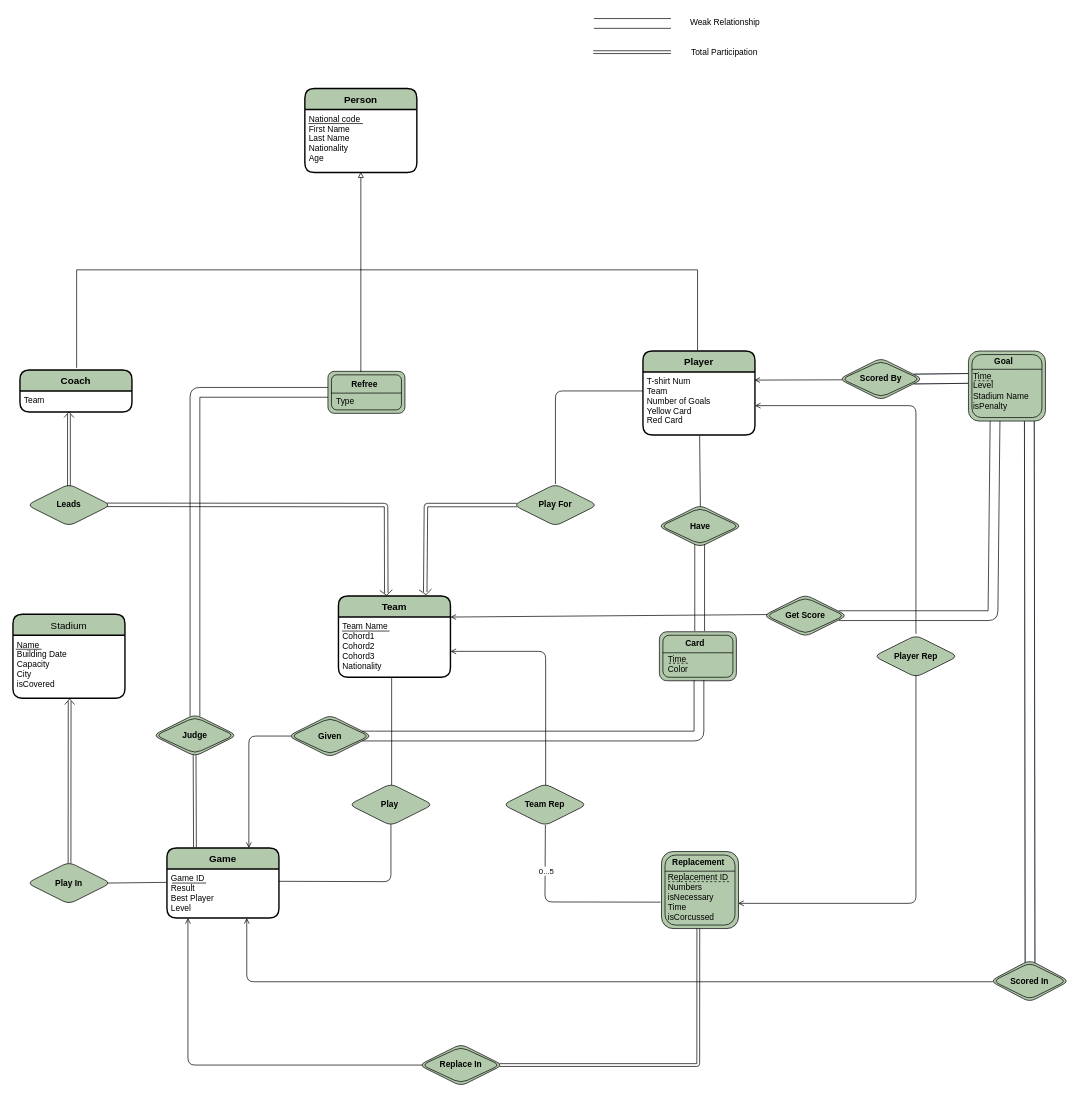
Fateme-Aghababaei/Database-Project keeps this draw.io diagram as ER diagram.drawio. Above is the earlier version. Source tidied: cells renumbered, new cells numbered last; positions are measured from the earlier drawing's top-left corner, leaving out a move shared by most shapes. Both pictures are drawn from the tidied source at 70%, with x=0, y=0 at pixel (13, 12).
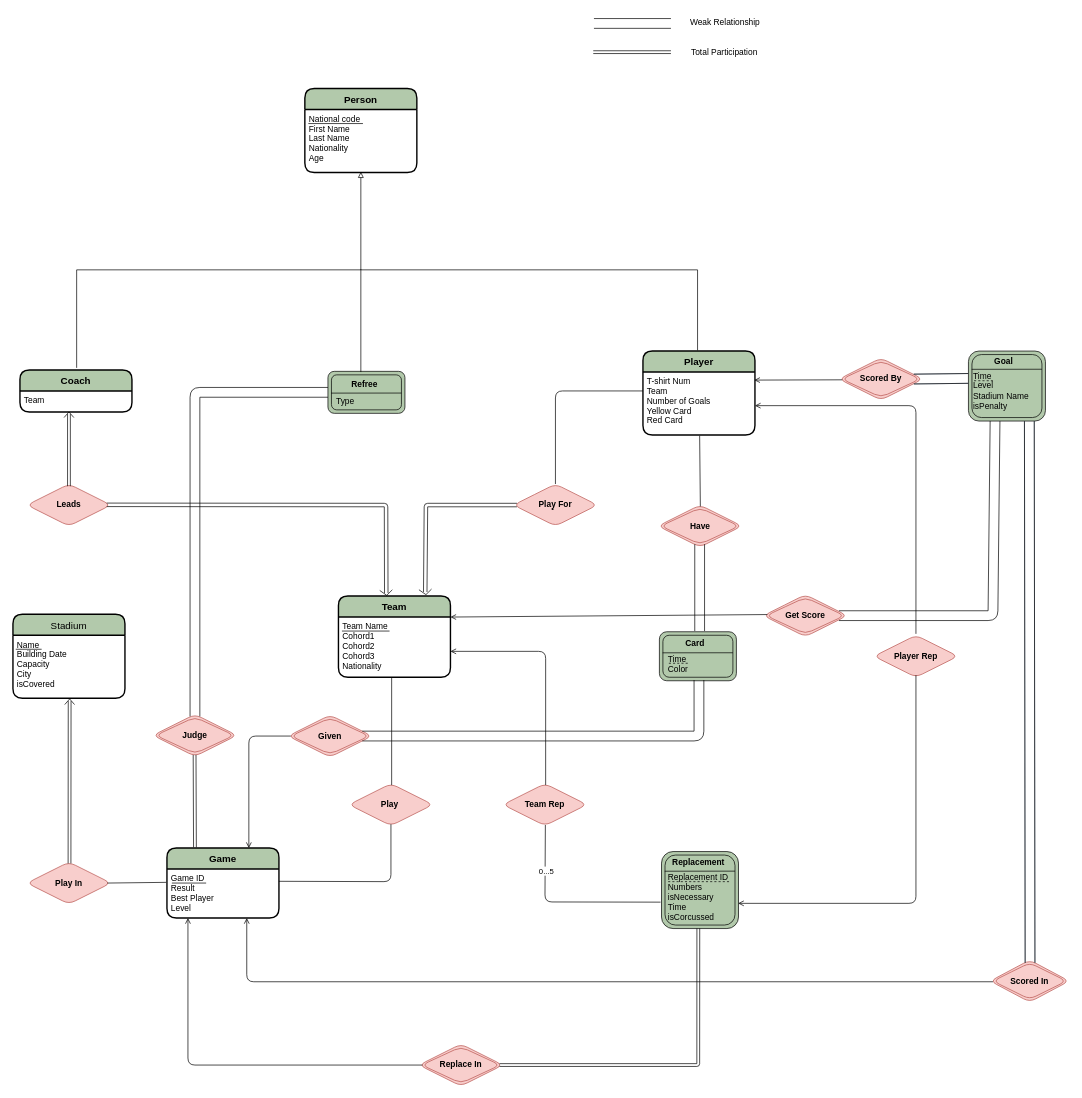
After the change.

What changed in the source:
```diff
@@
-    <mxCell id="34" value="Play For" style="shape=rhombus;perimeter=rhombusPerimeter;whiteSpace=wrap;html=1;align=center;rounded=1;strokeColor=#000000;strokeWidth=1;gradientDirection=west;fillColor=#B2C9AB;fontColor=#000000;fontStyle=1;" parent="1" vertex="1">
+    <mxCell id="34" value="Play For" style="shape=rhombus;perimeter=rhombusPerimeter;whiteSpace=wrap;html=1;align=center;rounded=1;strokeColor=#b85450;strokeWidth=1;gradientDirection=west;fillColor=#f8cecc;fontStyle=1;" parent="1" vertex="1">
       <mxGeometry x="715" y="674" width="120" height="60" as="geometry" />
     </mxCell>
-    <mxCell id="35" value="Play&amp;nbsp;" style="shape=rhombus;perimeter=rhombusPerimeter;whiteSpace=wrap;html=1;align=center;rounded=1;strokeColor=#000000;strokeWidth=1;gradientDirection=west;fillColor=#B2C9AB;fontColor=#000000;fontStyle=1;" parent="1" vertex="1">
+    <mxCell id="35" value="Play&amp;nbsp;" style="shape=rhombus;perimeter=rhombusPerimeter;whiteSpace=wrap;html=1;align=center;rounded=1;strokeColor=#b85450;strokeWidth=1;gradientDirection=west;fillColor=#f8cecc;fontStyle=1;" parent="1" vertex="1">
       <mxGeometry x="480" y="1102" width="120" height="60" as="geometry" />
     </mxCell>
-    <mxCell id="36" value="Player Rep" style="shape=rhombus;perimeter=rhombusPerimeter;whiteSpace=wrap;html=1;align=center;rounded=1;strokeColor=#000000;strokeWidth=1;gradientDirection=west;fillColor=#B2C9AB;fontColor=#000000;fontStyle=1;" parent="1" vertex="1">
+    <mxCell id="36" value="Player Rep" style="shape=rhombus;perimeter=rhombusPerimeter;whiteSpace=wrap;html=1;align=center;rounded=1;strokeColor=#b85450;strokeWidth=1;gradientDirection=west;fillColor=#f8cecc;fontStyle=1;" parent="1" vertex="1">
       <mxGeometry x="1230" y="890" width="120" height="60" as="geometry" />
     </mxCell>
-    <mxCell id="37" value="Team Rep" style="shape=rhombus;perimeter=rhombusPerimeter;whiteSpace=wrap;html=1;align=center;rounded=1;strokeColor=#000000;strokeWidth=1;gradientDirection=west;fillColor=#B2C9AB;fontColor=#000000;fontStyle=1;" parent="1" vertex="1">
+    <mxCell id="37" value="Team Rep" style="shape=rhombus;perimeter=rhombusPerimeter;whiteSpace=wrap;html=1;align=center;rounded=1;strokeColor=#b85450;strokeWidth=1;gradientDirection=west;fillColor=#f8cecc;fontStyle=1;" parent="1" vertex="1">
       <mxGeometry x="700" y="1102" width="120" height="60" as="geometry" />
     </mxCell>
-    <mxCell id="38" value="Leads" style="shape=rhombus;perimeter=rhombusPerimeter;whiteSpace=wrap;html=1;align=center;rounded=1;strokeColor=#000000;strokeWidth=1;gradientDirection=west;fillColor=#B2C9AB;fontColor=#000000;fontStyle=1;" parent="1" vertex="1">
+    <mxCell id="38" value="Leads" style="shape=rhombus;perimeter=rhombusPerimeter;whiteSpace=wrap;html=1;align=center;rounded=1;strokeColor=#b85450;strokeWidth=1;gradientDirection=west;fillColor=#f8cecc;fontStyle=1;" parent="1" vertex="1">
       <mxGeometry x="20" y="674" width="120" height="60" as="geometry" />
     </mxCell>
-    <mxCell id="39" value="Judge" style="shape=rhombus;double=1;perimeter=rhombusPerimeter;whiteSpace=wrap;html=1;align=center;rounded=1;strokeColor=#000000;strokeWidth=1;gradientDirection=west;fillColor=#B2C9AB;fontColor=#000000;fontStyle=1;" parent="1" vertex="1">
+    <mxCell id="39" value="Judge" style="shape=rhombus;double=1;perimeter=rhombusPerimeter;whiteSpace=wrap;html=1;align=center;rounded=1;strokeColor=#b85450;strokeWidth=1;gradientDirection=west;fillColor=#f8cecc;fontStyle=1;" parent="1" vertex="1">
       <mxGeometry x="200" y="1003" width="120" height="60" as="geometry" />
     </mxCell>
-    <mxCell id="40" value="Have" style="shape=rhombus;double=1;perimeter=rhombusPerimeter;whiteSpace=wrap;html=1;align=center;rounded=1;strokeColor=#000000;strokeWidth=1;gradientDirection=west;fillColor=#B2C9AB;fontColor=#000000;fontStyle=1;" parent="1" vertex="1">
+    <mxCell id="40" value="Have" style="shape=rhombus;double=1;perimeter=rhombusPerimeter;whiteSpace=wrap;html=1;align=center;rounded=1;strokeColor=#b85450;strokeWidth=1;gradientDirection=west;fillColor=#f8cecc;fontStyle=1;" parent="1" vertex="1">
       <mxGeometry x="921.5" y="704" width="120" height="60" as="geometry" />
     </mxCell>
-    <mxCell id="41" value="Given" style="shape=rhombus;double=1;perimeter=rhombusPerimeter;whiteSpace=wrap;html=1;align=center;rounded=1;strokeColor=#000000;strokeWidth=1;gradientDirection=west;fillColor=#B2C9AB;fontColor=#000000;fontStyle=1;" parent="1" vertex="1">
+    <mxCell id="41" value="Given" style="shape=rhombus;double=1;perimeter=rhombusPerimeter;whiteSpace=wrap;html=1;align=center;rounded=1;strokeColor=#b85450;strokeWidth=1;gradientDirection=west;fillColor=#f8cecc;fontStyle=1;" parent="1" vertex="1">
       <mxGeometry x="393" y="1004" width="120" height="60" as="geometry" />
     </mxCell>
-    <mxCell id="42" value="Replace In" style="shape=rhombus;double=1;perimeter=rhombusPerimeter;whiteSpace=wrap;html=1;align=center;rounded=1;strokeColor=#000000;strokeWidth=1;gradientDirection=west;fillColor=#B2C9AB;fontColor=#000000;fontStyle=1;" parent="1" vertex="1">
+    <mxCell id="42" value="Replace In" style="shape=rhombus;double=1;perimeter=rhombusPerimeter;whiteSpace=wrap;html=1;align=center;rounded=1;strokeColor=#b85450;strokeWidth=1;gradientDirection=west;fillColor=#f8cecc;fontStyle=1;" parent="1" vertex="1">
       <mxGeometry x="580" y="1474" width="120" height="60" as="geometry" />
     </mxCell>
-    <mxCell id="43" value="Play In" style="shape=rhombus;perimeter=rhombusPerimeter;whiteSpace=wrap;html=1;align=center;rounded=1;strokeColor=#000000;strokeWidth=1;gradientDirection=west;fillColor=#B2C9AB;fontColor=#000000;fontStyle=1;" parent="1" vertex="1">
+    <mxCell id="43" value="Play In" style="shape=rhombus;perimeter=rhombusPerimeter;whiteSpace=wrap;html=1;align=center;rounded=1;strokeColor=#b85450;strokeWidth=1;gradientDirection=west;fillColor=#f8cecc;fontStyle=1;" parent="1" vertex="1">
       <mxGeometry x="20" y="1214" width="120" height="60" as="geometry" />
     </mxCell>
-    <mxCell id="44" value="Scored In" style="shape=rhombus;double=1;perimeter=rhombusPerimeter;whiteSpace=wrap;html=1;align=center;rounded=1;strokeColor=#000000;strokeWidth=1;gradientDirection=west;fillColor=#B2C9AB;fontColor=#000000;fontStyle=1;" parent="1" vertex="1">
+    <mxCell id="44" value="Scored In" style="shape=rhombus;double=1;perimeter=rhombusPerimeter;whiteSpace=wrap;html=1;align=center;rounded=1;strokeColor=#b85450;strokeWidth=1;gradientDirection=west;fillColor=#f8cecc;fontStyle=1;" parent="1" vertex="1">
       <mxGeometry x="1396" y="1354" width="113" height="60" as="geometry" />
     </mxCell>
-    <mxCell id="45" value="Scored By" style="shape=rhombus;double=1;perimeter=rhombusPerimeter;whiteSpace=wrap;html=1;align=center;rounded=1;strokeColor=#000000;strokeWidth=1;gradientDirection=west;fillColor=#B2C9AB;fontColor=#000000;fontStyle=1;" parent="1" vertex="1">
+    <mxCell id="45" value="Scored By" style="shape=rhombus;double=1;perimeter=rhombusPerimeter;whiteSpace=wrap;html=1;align=center;rounded=1;strokeColor=#b85450;strokeWidth=1;gradientDirection=west;fillColor=#f8cecc;fontStyle=1;" parent="1" vertex="1">
       <mxGeometry x="1180" y="494" width="120" height="60" as="geometry" />
     </mxCell>
-    <mxCell id="46" value="Get Score" style="shape=rhombus;double=1;perimeter=rhombusPerimeter;whiteSpace=wrap;html=1;align=center;rounded=1;strokeColor=#000000;strokeWidth=1;gradientDirection=west;fillColor=#B2C9AB;fontColor=#000000;fontStyle=1;" parent="1" vertex="1">
+    <mxCell id="46" value="Get Score" style="shape=rhombus;double=1;perimeter=rhombusPerimeter;whiteSpace=wrap;html=1;align=center;rounded=1;strokeColor=#b85450;strokeWidth=1;gradientDirection=west;fillColor=#f8cecc;fontStyle=1;" parent="1" vertex="1">
       <mxGeometry x="1072" y="832" width="120" height="60" as="geometry" />
     </mxCell>
```
